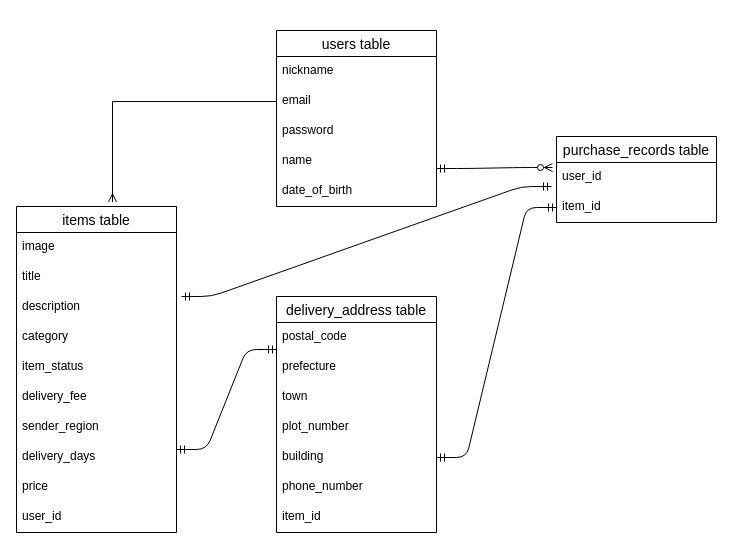
The draw.io diagram furima_er.dio in ru2rock/furima-35643, before the edit. Source tidied: cells renumbered, new cells numbered last; positions are measured from the earlier drawing's top-left corner, leaving out a move shared by most shapes. Both pictures are drawn from the tidied source at 100%, with x=0, y=0 at pixel (16, 30).
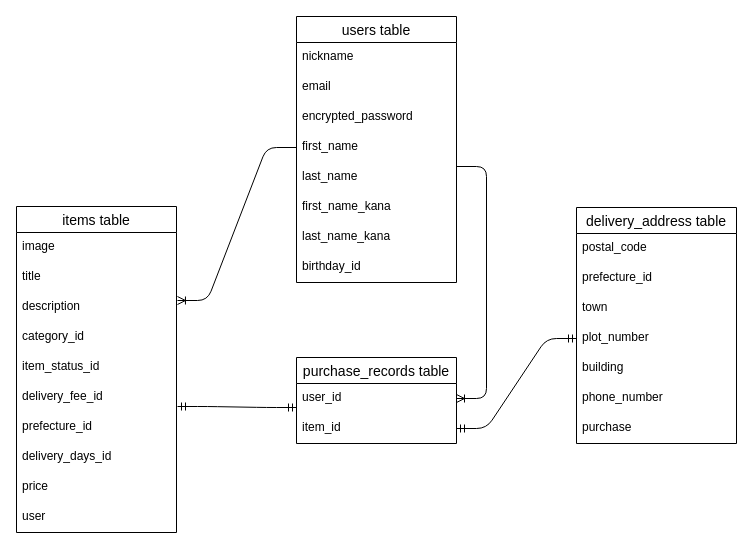
After the change.

Commit message (it also covers changes not shown here):
コードレビュー後の修正５

The change refers to these unchanged cells:
```xml
<mxCell id="2" value="items table" style="swimlane;fontStyle=0;horizontal=1;startSize=26;align=center;fontSize=14;" parent="1" vertex="1">
  <mxGeometry y="176" width="160" height="326" as="geometry" />
</mxCell>
<mxCell id="5" value="description" style="text;strokeColor=none;fillColor=none;spacingLeft=4;spacingRight=4;overflow=hidden;points=[[0,0.5],[1,0.5]];portConstraint=eastwest;fontSize=12;" parent="2" vertex="1">
  <mxGeometry y="86" width="160" height="30" as="geometry" />
</mxCell>
<mxCell id="15" value="email" style="text;strokeColor=none;fillColor=none;spacingLeft=4;spacingRight=4;overflow=hidden;points=[[0,0.5],[1,0.5]];portConstraint=eastwest;fontSize=12;" parent="13" vertex="1">
  <mxGeometry y="56" width="160" height="30" as="geometry" />
</mxCell>
<mxCell id="23" value="plot_number" style="text;strokeColor=none;fillColor=none;spacingLeft=4;spacingRight=4;overflow=hidden;points=[[0,0.5],[1,0.5]];portConstraint=eastwest;fontSize=12;" parent="19" vertex="1">
  <mxGeometry y="116" width="160" height="30" as="geometry" />
</mxCell>
<mxCell id="24" value="building" style="text;strokeColor=none;fillColor=none;spacingLeft=4;spacingRight=4;overflow=hidden;points=[[0,0.5],[1,0.5]];portConstraint=eastwest;fontSize=12;" parent="19" vertex="1">
  <mxGeometry y="146" width="160" height="30" as="geometry" />
</mxCell>
<mxCell id="28" value="user_id" style="text;strokeColor=none;fillColor=none;spacingLeft=4;spacingRight=4;overflow=hidden;points=[[0,0.5],[1,0.5]];portConstraint=eastwest;fontSize=12;" parent="27" vertex="1">
  <mxGeometry y="26" width="160" height="30" as="geometry" />
</mxCell>
<mxCell id="29" value="item_id" style="text;strokeColor=none;fillColor=none;spacingLeft=4;spacingRight=4;overflow=hidden;points=[[0,0.5],[1,0.5]];portConstraint=eastwest;fontSize=12;" parent="27" vertex="1">
  <mxGeometry y="56" width="160" height="30" as="geometry" />
</mxCell>
```

What changed in the source:
```diff
@@
-    <mxCell id="6" value="category" style="text;strokeColor=none;fillColor=none;spacingLeft=4;spacingRight=4;overflow=hidden;fontSize=12;" parent="2" vertex="1">
+    <mxCell id="6" value="category_id" style="text;strokeColor=none;fillColor=none;spacingLeft=4;spacingRight=4;overflow=hidden;fontSize=12;" parent="2" vertex="1">
       <mxGeometry y="116" width="160" height="30" as="geometry" />
     </mxCell>
-    <mxCell id="7" value="item_status" style="text;strokeColor=none;fillColor=none;spacingLeft=4;spacingRight=4;overflow=hidden;fontSize=12;" parent="2" vertex="1">
+    <mxCell id="7" value="item_status_id" style="text;strokeColor=none;fillColor=none;spacingLeft=4;spacingRight=4;overflow=hidden;fontSize=12;" parent="2" vertex="1">
       <mxGeometry y="146" width="160" height="30" as="geometry" />
     </mxCell>
-    <mxCell id="8" value="delivery_fee" style="text;strokeColor=none;fillColor=none;spacingLeft=4;spacingRight=4;overflow=hidden;fontSize=12;" parent="2" vertex="1">
+    <mxCell id="8" value="delivery_fee_id" style="text;strokeColor=none;fillColor=none;spacingLeft=4;spacingRight=4;overflow=hidden;fontSize=12;" parent="2" vertex="1">
       <mxGeometry y="176" width="160" height="30" as="geometry" />
     </mxCell>
-    <mxCell id="9" value="sender_region" style="text;strokeColor=none;fillColor=none;spacingLeft=4;spacingRight=4;overflow=hidden;fontSize=12;" parent="2" vertex="1">
+    <mxCell id="9" value="prefecture_id" style="text;strokeColor=none;fillColor=none;spacingLeft=4;spacingRight=4;overflow=hidden;fontSize=12;" parent="2" vertex="1">
       <mxGeometry y="206" width="160" height="30" as="geometry" />
     </mxCell>
-    <mxCell id="10" value="delivery_days" style="text;strokeColor=none;fillColor=none;spacingLeft=4;spacingRight=4;overflow=hidden;fontSize=12;" parent="2" vertex="1">
+    <mxCell id="10" value="delivery_days_id" style="text;strokeColor=none;fillColor=none;spacingLeft=4;spacingRight=4;overflow=hidden;fontSize=12;" parent="2" vertex="1">
       <mxGeometry y="236" width="160" height="30" as="geometry" />
     </mxCell>
@@
-    <mxCell id="12" value="user_id" style="text;strokeColor=none;fillColor=none;spacingLeft=4;spacingRight=4;overflow=hidden;fontSize=12;" parent="2" vertex="1">
+    <mxCell id="12" value="user" style="text;strokeColor=none;fillColor=none;spacingLeft=4;spacingRight=4;overflow=hidden;fontSize=12;" parent="2" vertex="1">
       <mxGeometry y="296" width="160" height="30" as="geometry" />
     </mxCell>
     <mxCell id="13" value="users table" style="swimlane;fontStyle=0;horizontal=1;startSize=26;align=center;fontSize=14;" parent="1" vertex="1">
-      <mxGeometry x="260" width="160" height="176" as="geometry" />
+      <mxGeometry x="280" y="-14" width="160" height="266" as="geometry" />
     </mxCell>
@@
-    <mxCell id="16" value="password" style="text;strokeColor=none;fillColor=none;spacingLeft=4;spacingRight=4;overflow=hidden;fontSize=12;" parent="13" vertex="1">
+    <mxCell id="16" value="encrypted_password" style="text;strokeColor=none;fillColor=none;spacingLeft=4;spacingRight=4;overflow=hidden;fontSize=12;" parent="13" vertex="1">
       <mxGeometry y="86" width="160" height="30" as="geometry" />
     </mxCell>
-    <mxCell id="17" value="name" style="text;strokeColor=none;fillColor=none;spacingLeft=4;spacingRight=4;overflow=hidden;points=[[0,0.5],[1,0.5]];portConstraint=eastwest;fontSize=12;" parent="13" vertex="1">
+    <mxCell id="17" value="first_name" style="text;strokeColor=none;fillColor=none;spacingLeft=4;spacingRight=4;overflow=hidden;points=[[0,0.5],[1,0.5]];portConstraint=eastwest;fontSize=12;" parent="13" vertex="1">
       <mxGeometry y="116" width="160" height="30" as="geometry" />
     </mxCell>
+    <mxCell id="35" value="last_name" style="text;strokeColor=none;fillColor=none;spacingLeft=4;spacingRight=4;overflow=hidden;fontSize=12;" parent="13" vertex="1">
+      <mxGeometry y="146" width="160" height="30" as="geometry" />
+    </mxCell>
+    <mxCell id="36" value="first_name_kana" style="text;strokeColor=none;fillColor=none;spacingLeft=4;spacingRight=4;overflow=hidden;fontSize=12;" parent="13" vertex="1">
+      <mxGeometry y="176" width="160" height="30" as="geometry" />
+    </mxCell>
+    <mxCell id="37" value="last_name_kana" style="text;strokeColor=none;fillColor=none;spacingLeft=4;spacingRight=4;overflow=hidden;fontSize=12;" parent="13" vertex="1">
+      <mxGeometry y="206" width="160" height="30" as="geometry" />
+    </mxCell>
-    <mxCell id="18" value="date_of_birth" style="text;strokeColor=none;fillColor=none;spacingLeft=4;spacingRight=4;overflow=hidden;fontSize=12;" parent="13" vertex="1">
-      <mxGeometry y="146" width="160" height="30" as="geometry" />
+    <mxCell id="18" value="birthday_id" style="text;strokeColor=none;fillColor=none;spacingLeft=4;spacingRight=4;overflow=hidden;fontSize=12;" parent="13" vertex="1">
+      <mxGeometry y="236" width="160" height="30" as="geometry" />
     </mxCell>
     <mxCell id="19" value="delivery_address table" style="swimlane;fontStyle=0;horizontal=1;startSize=26;align=center;fontSize=14;" parent="1" vertex="1">
-      <mxGeometry x="260" y="266" width="160" height="236" as="geometry" />
+      <mxGeometry x="560" y="177" width="160" height="236" as="geometry" />
     </mxCell>
@@
-    <mxCell id="21" value="prefecture" style="text;strokeColor=none;fillColor=none;spacingLeft=4;spacingRight=4;overflow=hidden;fontSize=12;" parent="19" vertex="1">
+    <mxCell id="21" value="prefecture_id" style="text;strokeColor=none;fillColor=none;spacingLeft=4;spacingRight=4;overflow=hidden;fontSize=12;" parent="19" vertex="1">
       <mxGeometry y="56" width="160" height="30" as="geometry" />
     </mxCell>
@@
-    <mxCell id="26" value="item_id" style="text;strokeColor=none;fillColor=none;spacingLeft=4;spacingRight=4;overflow=hidden;fontSize=12;" parent="19" vertex="1">
+    <mxCell id="26" value="purchase" style="text;strokeColor=none;fillColor=none;spacingLeft=4;spacingRight=4;overflow=hidden;fontSize=12;" parent="19" vertex="1">
       <mxGeometry y="206" width="160" height="30" as="geometry" />
     </mxCell>
     <mxCell id="27" value="purchase_records table" style="swimlane;fontStyle=0;horizontal=1;startSize=26;align=center;fontSize=14;" parent="1" vertex="1">
-      <mxGeometry x="540" y="106" width="160" height="86" as="geometry" />
+      <mxGeometry x="280" y="327" width="160" height="86" as="geometry" />
     </mxCell>
@@
-    <mxCell id="30" style="edgeStyle=orthogonalEdgeStyle;rounded=0;jettySize=auto;html=1;exitX=0;exitY=0.5;exitDx=0;exitDy=0;entryX=0.6;entryY=-0.014;entryDx=0;entryDy=0;entryPerimeter=0;endArrow=ERmany;endFill=0;" parent="1" edge="1" source="15" target="2">
-      <mxGeometry relative="1" as="geometry" />
-    </mxCell>
-    <mxCell id="31" style="edgeStyle=entityRelationEdgeStyle;fontSize=12;html=1;endArrow=ERmandOne;startArrow=ERmandOne;exitX=1;exitY=0.5;exitDx=0;exitDy=0;entryX=0;entryY=0.5;entryDx=0;entryDy=0;" parent="1" edge="1" source="24">
-      <mxGeometry relative="1" as="geometry">
-        <mxPoint x="540" y="177" as="targetPoint" />
-      </mxGeometry>
-    </mxCell>
-    <mxCell id="32" style="edgeStyle=entityRelationEdgeStyle;fontSize=12;html=1;endArrow=ERmandOne;startArrow=ERmandOne;" parent="1" edge="1">
-      <mxGeometry relative="1" as="geometry">
-        <mxPoint x="160" y="419" as="sourcePoint" />
-        <mxPoint x="260" y="319" as="targetPoint" />
-      </mxGeometry>
-    </mxCell>
-    <mxCell id="33" style="edgeStyle=entityRelationEdgeStyle;fontSize=12;html=1;endArrow=ERzeroToMany;startArrow=ERmandOne;entryX=-0.025;entryY=0.167;entryDx=0;entryDy=0;entryPerimeter=0;" parent="1" edge="1">
-      <mxGeometry relative="1" as="geometry">
-        <mxPoint x="420" y="138" as="sourcePoint" />
-        <mxPoint x="536" y="137" as="targetPoint" />
-      </mxGeometry>
-    </mxCell>
-    <mxCell id="34" style="edgeStyle=entityRelationEdgeStyle;fontSize=12;html=1;endArrow=ERmandOne;startArrow=ERmandOne;entryX=-0.031;entryY=0.8;entryDx=0;entryDy=0;entryPerimeter=0;exitX=1.031;exitY=0.133;exitDx=0;exitDy=0;exitPerimeter=0;" parent="1" edge="1" source="5" target="28">
-      <mxGeometry relative="1" as="geometry" />
-    </mxCell>
+    <mxCell id="38" style="edgeStyle=entityRelationEdgeStyle;fontSize=12;html=1;endArrow=ERoneToMany;" parent="1" edge="1" target="28">
+      <mxGeometry relative="1" as="geometry">
+        <mxPoint x="440" y="136" as="sourcePoint" />
+      </mxGeometry>
+    </mxCell>
+    <mxCell id="39" style="edgeStyle=entityRelationEdgeStyle;fontSize=12;html=1;endArrow=ERoneToMany;exitX=0;exitY=0.5;exitDx=0;exitDy=0;entryX=1.006;entryY=0.267;entryDx=0;entryDy=0;entryPerimeter=0;" parent="1" edge="1" source="17" target="5">
+      <mxGeometry relative="1" as="geometry" />
+    </mxCell>
+    <mxCell id="40" style="edgeStyle=entityRelationEdgeStyle;fontSize=12;html=1;endArrow=ERmandOne;startArrow=ERmandOne;" parent="1" edge="1">
+      <mxGeometry relative="1" as="geometry">
+        <mxPoint x="161" y="376" as="sourcePoint" />
+        <mxPoint x="280" y="377" as="targetPoint" />
+      </mxGeometry>
+    </mxCell>
+    <mxCell id="41" style="edgeStyle=entityRelationEdgeStyle;fontSize=12;html=1;endArrow=ERmandOne;startArrow=ERmandOne;entryX=0;entryY=0.5;entryDx=0;entryDy=0;exitX=1;exitY=0.5;exitDx=0;exitDy=0;" parent="1" edge="1" source="29" target="23">
+      <mxGeometry relative="1" as="geometry" />
+    </mxCell>
```
